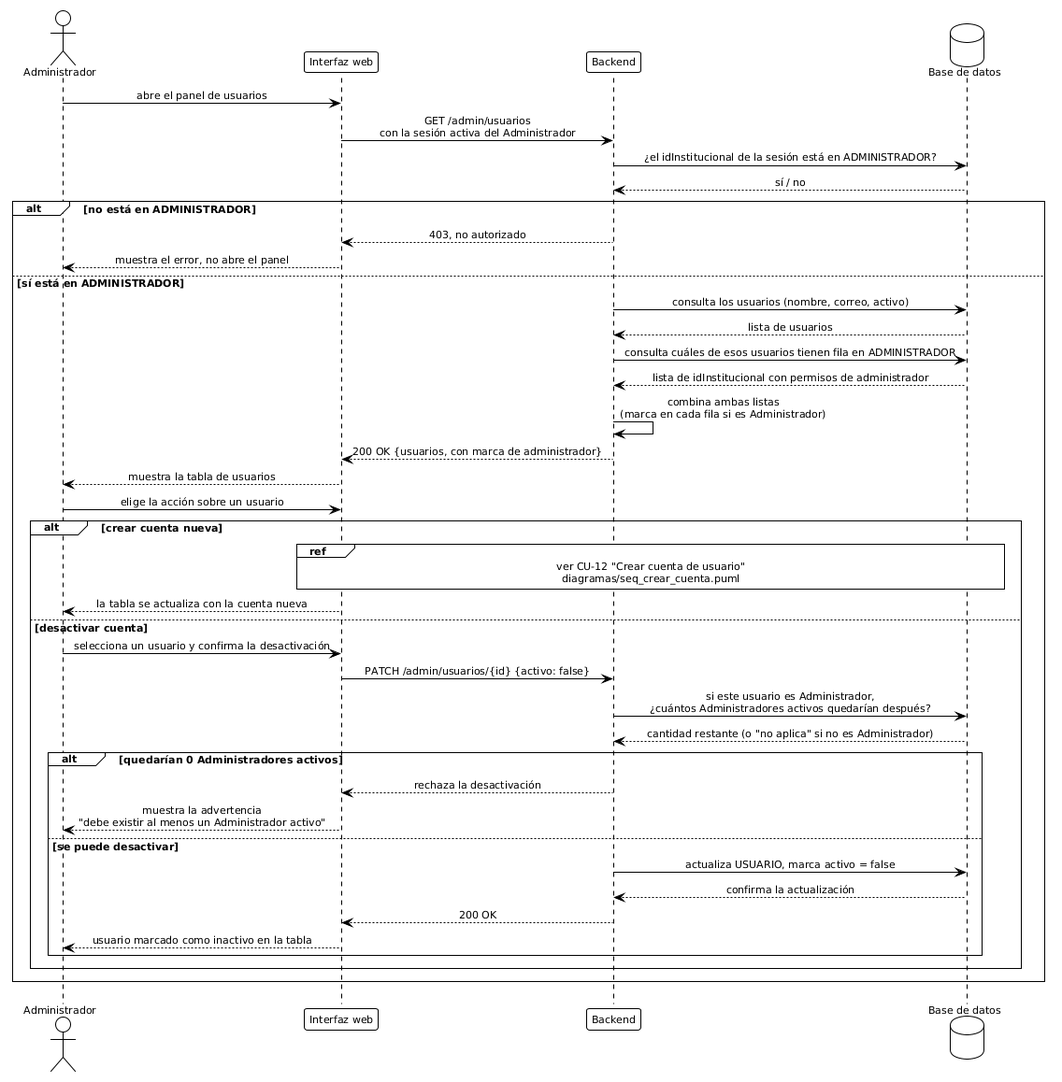
Before: figures/mermaid/seq_gestion_usuarios.png, a diagram exported from PlantUML (ErickJester/fst-ai-system-latex).
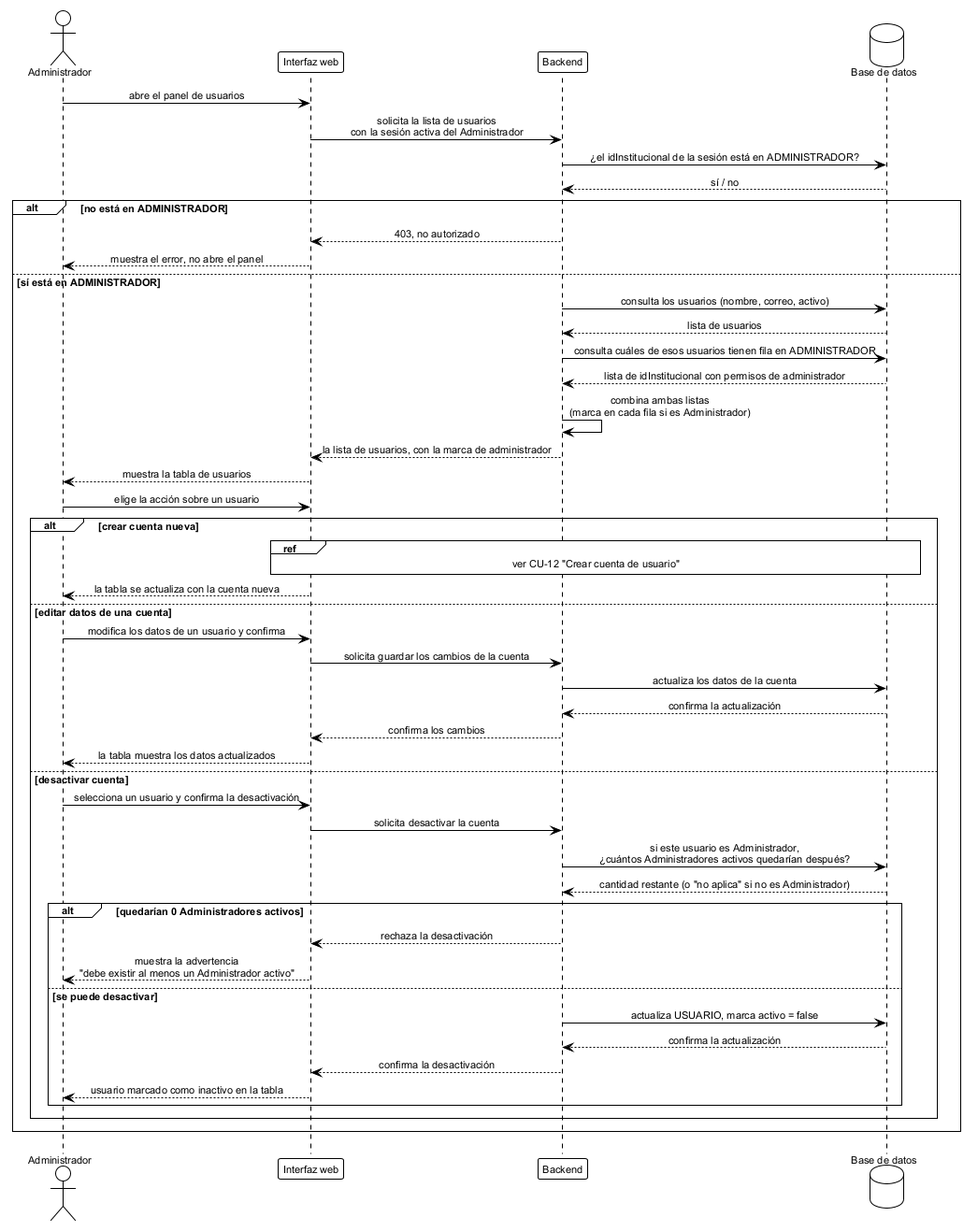
The same file after the commit.

The edit, as a diff of the source:
```diff
@@ -1,4 +1,4 @@
-@startuml
+@startuml seq_gestion_usuarios
 
 !theme plain
 skinparam defaultFontName Arial
@@ -13,7 +13,7 @@
 database "Base de datos" as db
 
 admin -> ui: abre el panel de usuarios
-ui -> api: GET /admin/usuarios\ncon la sesión activa del Administrador
+ui -> api: solicita la lista de usuarios\ncon la sesión activa del Administrador
 
 api -> db: ¿el idInstitucional de la sesión está en ADMINISTRADOR?
 db --> api: sí / no
@@ -27,7 +27,7 @@
   api -> db: consulta cuáles de esos usuarios tienen fila en ADMINISTRADOR
   db --> api: lista de idInstitucional con permisos de administrador
   api -> api: combina ambas listas\n(marca en cada fila si es Administrador)
-  api --> ui: 200 OK {usuarios, con marca de administrador}
+  api --> ui: la lista de usuarios, con la marca de administrador
   ui --> admin: muestra la tabla de usuarios
 
   admin -> ui: elige la acción sobre un usuario
@@ -35,14 +35,22 @@
   alt crear cuenta nueva
     ref over ui, api, db
       ver CU-12 "Crear cuenta de usuario"
-      diagramas/seq_crear_cuenta.puml
     end ref
     ui --> admin: la tabla se actualiza con la cuenta nueva
+
+  else editar datos de una cuenta
+
+    admin -> ui: modifica los datos de un usuario y confirma
+    ui -> api: solicita guardar los cambios de la cuenta
+    api -> db: actualiza los datos de la cuenta
+    db --> api: confirma la actualización
+    api --> ui: confirma los cambios
+    ui --> admin: la tabla muestra los datos actualizados
 
   else desactivar cuenta
 
     admin -> ui: selecciona un usuario y confirma la desactivación
-    ui -> api: PATCH /admin/usuarios/{id} {activo: false}
+    ui -> api: solicita desactivar la cuenta
 
     api -> db: si este usuario es Administrador,\n¿cuántos Administradores activos quedarían después?
     db --> api: cantidad restante (o "no aplica" si no es Administrador)
@@ -53,9 +61,10 @@
     else se puede desactivar
       api -> db: actualiza USUARIO, marca activo = false
       db --> api: confirma la actualización
-      api --> ui: 200 OK
+      api --> ui: confirma la desactivación
       ui --> admin: usuario marcado como inactivo en la tabla
     end
   end
 end
+
 @enduml
```
